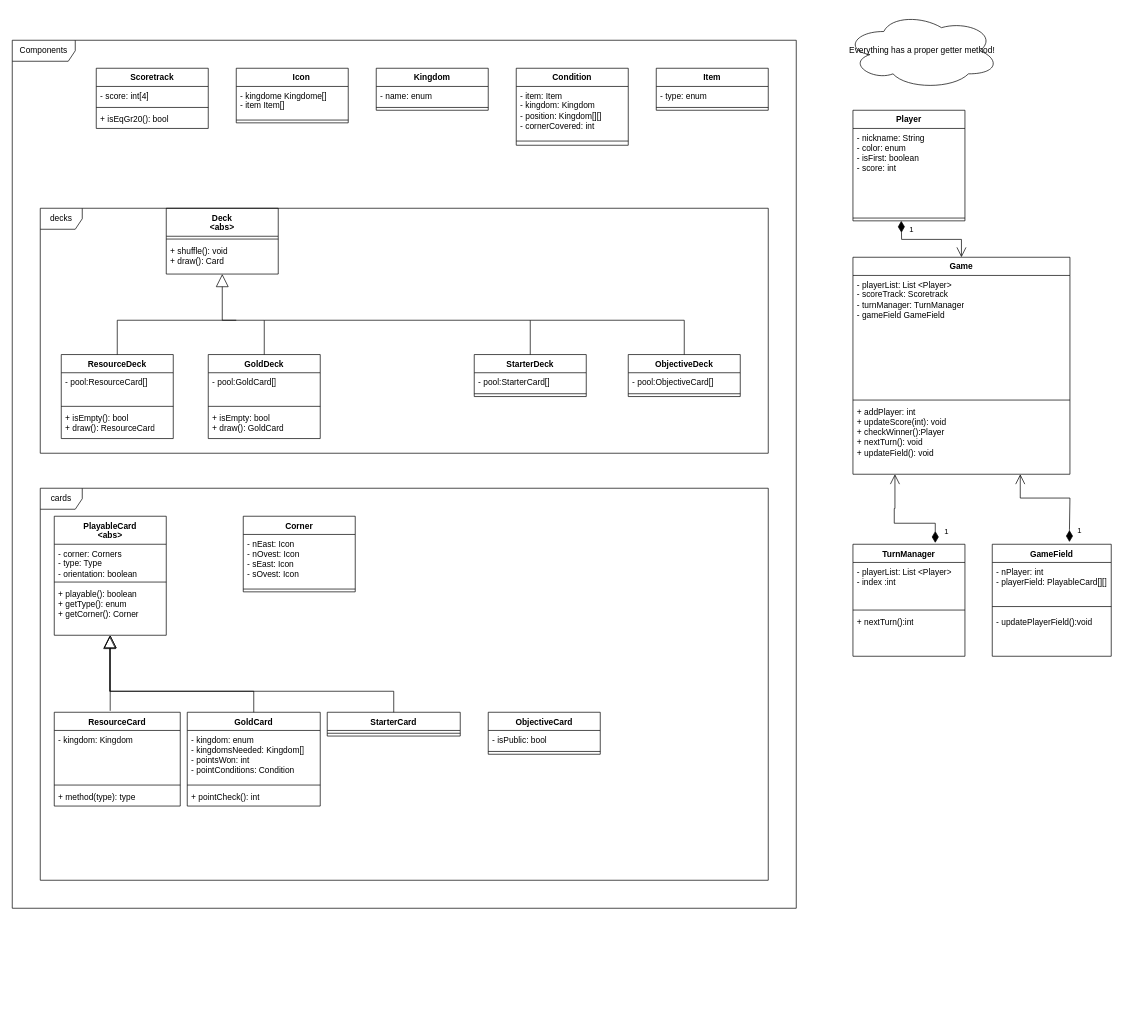
Mattix124/IS24-AM38 keeps this draw.io diagram as UML.drawio. Above is the earlier version. Source tidied: cells renumbered, new cells numbered last; positions are measured from the earlier drawing's top-left corner, leaving out a move shared by most shapes. Both pictures are drawn from the tidied source at 70%, with x=0, y=0 at pixel (12, 12).
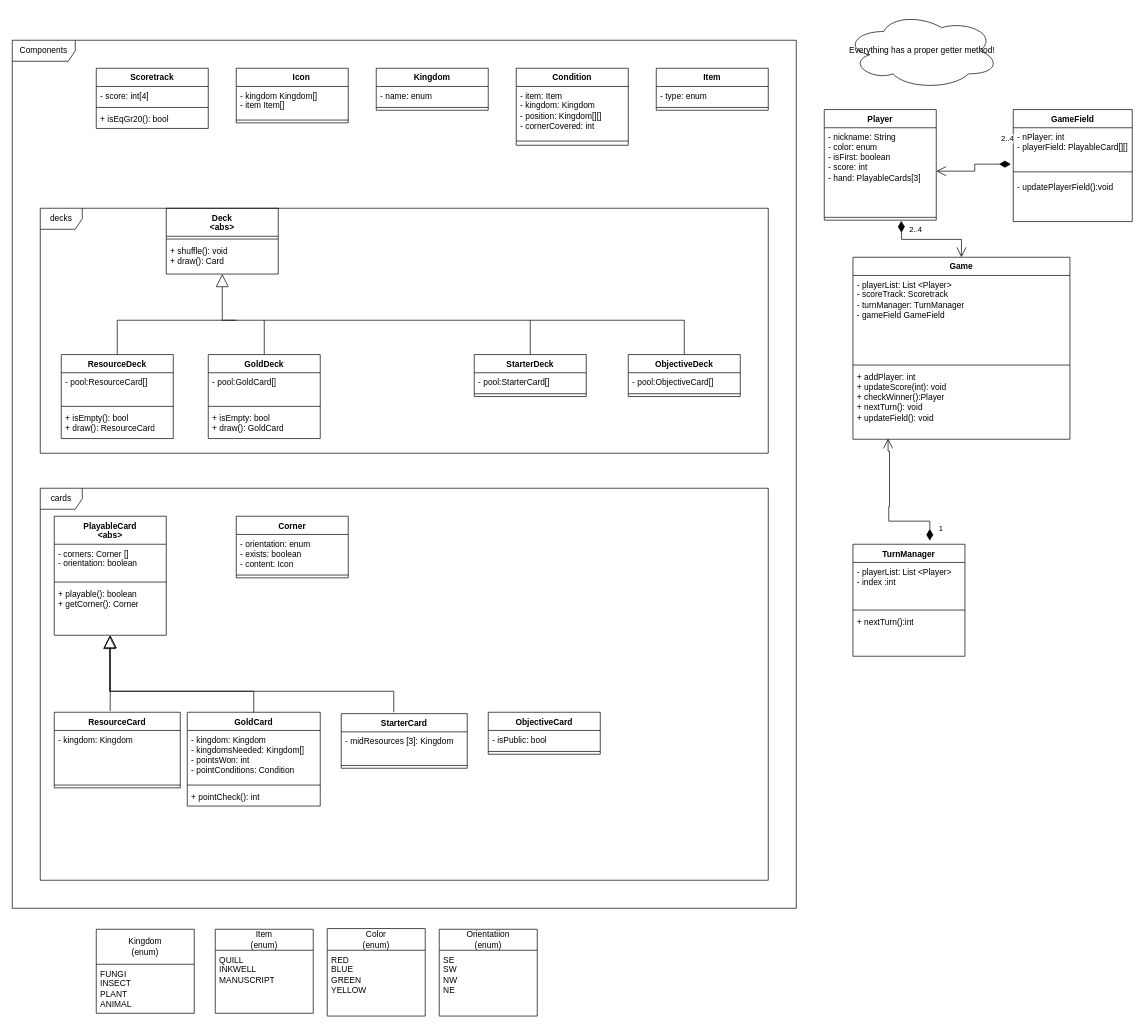
Above is the later version.

Commit message:
First UML draft

The change refers to these unchanged cells:
```xml
<mxCell id="4" value="&lt;div&gt;PlayableCard&lt;/div&gt;&lt;div&gt;&amp;lt;abs&amp;gt;&lt;/div&gt;" style="swimlane;fontStyle=1;align=center;verticalAlign=top;horizontal=1;startSize=40;whiteSpace=wrap;html=1;" parent="1" vertex="1">
  <mxGeometry x="60" y="720" width="160" height="170" as="geometry" />
</mxCell>
<mxCell id="13" value="GoldCard" style="swimlane;fontStyle=1;align=center;verticalAlign=top;horizontal=1;startSize=26;whiteSpace=wrap;html=1;" parent="1" vertex="1">
  <mxGeometry x="250" y="1000" width="190" height="134" as="geometry" />
</mxCell>
<mxCell id="64" value="&lt;div&gt;&lt;span style=&quot;white-space: pre;&quot;&gt;&#9;Icon&lt;/span&gt;&lt;/div&gt;&lt;div&gt;&lt;span style=&quot;white-space: pre;&quot;&gt;&lt;br&gt;&lt;/span&gt;&lt;/div&gt;" style="swimlane;fontStyle=1;align=center;verticalAlign=top;horizontal=1;startSize=26;whiteSpace=wrap;html=1;" parent="1" vertex="1">
  <mxGeometry x="320" y="80" width="160" height="78" as="geometry" />
</mxCell>
<mxCell id="74" value="TurnManager" style="swimlane;fontStyle=1;align=center;verticalAlign=top;horizontal=1;startSize=26;whiteSpace=wrap;html=1;" parent="1" vertex="1">
  <mxGeometry x="1201" y="760" width="160" height="160" as="geometry" />
</mxCell>
<mxCell id="79" value="- nPlayer: int&lt;div&gt;&lt;span style=&quot;background-color: initial;&quot;&gt;- playerField: PlayableCard[][]&lt;/span&gt;&lt;br&gt;&lt;/div&gt;" style="text;strokeColor=none;fillColor=none;align=left;verticalAlign=top;spacingLeft=4;spacingRight=4;overflow=hidden;points=[[0,0.5],[1,0.5]];portConstraint=eastwest;whiteSpace=wrap;html=1;" parent="78" vertex="1">
  <mxGeometry y="26" width="170" height="54" as="geometry" />
</mxCell>
```

What changed in the source:
```diff
@@
-    <mxCell id="5" value="&lt;div&gt;- corner: Corners&lt;/div&gt;&lt;div&gt;- type: Type&lt;/div&gt;&lt;div&gt;- orientation: boolean&lt;br&gt;&lt;/div&gt;" style="text;strokeColor=none;fillColor=none;align=left;verticalAlign=top;spacingLeft=4;spacingRight=4;overflow=hidden;whiteSpace=wrap;html=1;" parent="4" vertex="1">
+    <mxCell id="5" value="&lt;div&gt;- corners: Corner []&lt;/div&gt;&lt;div&gt;- orientation: boolean&lt;br&gt;&lt;/div&gt;" style="text;strokeColor=none;fillColor=none;align=left;verticalAlign=top;spacingLeft=4;spacingRight=4;overflow=hidden;whiteSpace=wrap;html=1;" parent="4" vertex="1">
       <mxGeometry y="40" width="160" height="50" as="geometry" />
     </mxCell>
@@
-    <mxCell id="7" value="&lt;div&gt;+ playable(): boolean&lt;/div&gt;&lt;div&gt;+ getType(): enum&lt;br&gt;&lt;/div&gt;+ getCorner(): Corner" style="text;strokeColor=none;fillColor=none;align=left;verticalAlign=top;spacingLeft=4;spacingRight=4;overflow=hidden;points=[[0,0.5],[1,0.5]];portConstraint=eastwest;whiteSpace=wrap;html=1;" parent="4" vertex="1">
+    <mxCell id="7" value="&lt;div&gt;+ playable(): boolean&lt;/div&gt;+ getCorner(): Corner" style="text;strokeColor=none;fillColor=none;align=left;verticalAlign=top;spacingLeft=4;spacingRight=4;overflow=hidden;points=[[0,0.5],[1,0.5]];portConstraint=eastwest;whiteSpace=wrap;html=1;" parent="4" vertex="1">
       <mxGeometry y="98" width="160" height="72" as="geometry" />
     </mxCell>
@@
     <mxCell id="9" value="ResourceCard" style="swimlane;fontStyle=1;align=center;verticalAlign=top;horizontal=1;startSize=26;whiteSpace=wrap;html=1;" parent="1" vertex="1">
-      <mxGeometry x="60" y="1000" width="180" height="134" as="geometry" />
+      <mxGeometry x="60" y="1000" width="180" height="108" as="geometry" />
     </mxCell>
@@
-    <mxCell id="12" value="+ method(type): type" style="text;strokeColor=none;fillColor=none;align=left;verticalAlign=top;spacingLeft=4;spacingRight=4;overflow=hidden;whiteSpace=wrap;html=1;" parent="9" vertex="1">
-      <mxGeometry y="108" width="180" height="26" as="geometry" />
-    </mxCell>
@@
-    <mxCell id="14" value="&lt;div&gt;- kingdom: enum&lt;/div&gt;&lt;div&gt;- kingdomsNeeded: Kingdom[]&lt;br&gt;&lt;/div&gt;&lt;div&gt;- pointsWon: int&lt;/div&gt;&lt;div&gt;- pointConditions: Condition&lt;br&gt; &lt;/div&gt;" style="text;strokeColor=none;fillColor=none;align=left;verticalAlign=top;spacingLeft=4;spacingRight=4;overflow=hidden;whiteSpace=wrap;html=1;" parent="13" vertex="1">
+    <mxCell id="14" value="&lt;div&gt;- kingdom: Kingdom&lt;/div&gt;&lt;div&gt;- kingdomsNeeded: Kingdom[]&lt;br&gt;&lt;/div&gt;&lt;div&gt;- pointsWon: int&lt;/div&gt;&lt;div&gt;- pointConditions: Condition&lt;br&gt; &lt;/div&gt;" style="text;strokeColor=none;fillColor=none;align=left;verticalAlign=top;spacingLeft=4;spacingRight=4;overflow=hidden;whiteSpace=wrap;html=1;" parent="13" vertex="1">
       <mxGeometry y="26" width="190" height="74" as="geometry" />
     </mxCell>
@@
-    <mxCell id="18" value="StarterCard" style="swimlane;fontStyle=1;align=center;verticalAlign=top;horizontal=1;startSize=26;whiteSpace=wrap;html=1;" parent="1" vertex="1">
-      <mxGeometry x="450" y="1000" width="190" height="34" as="geometry" />
-    </mxCell>
-    <mxCell id="19" style="line;strokeWidth=1;fillColor=none;align=left;verticalAlign=middle;spacingTop=-1;spacingLeft=3;spacingRight=3;labelPosition=right;strokeColor=inherit;" parent="18" vertex="1">
-      <mxGeometry y="26" width="190" height="8" as="geometry" />
-    </mxCell>
-    <mxCell id="20" style="endArrow=block;endSize=16;endFill=0;html=1;rounded=0;entryX=0.494;entryY=1.014;entryDx=0;entryDy=0;entryPerimeter=0;exitX=0.5;exitY=0;exitDx=0;exitDy=0;" parent="1" edge="1" source="18" target="7">
+    <mxCell id="20" style="endArrow=block;endSize=16;endFill=0;html=1;rounded=0;entryX=0.494;entryY=1.014;entryDx=0;entryDy=0;entryPerimeter=0;exitX=0.5;exitY=0;exitDx=0;exitDy=0;" parent="1" edge="1" target="7">
       <mxGeometry relative="1" as="geometry">
+        <mxPoint x="545" y="1000" as="sourcePoint" />
         <Array as="points">
           <mxPoint x="545" y="970" />
           <mxPoint x="139" y="970" />
         </Array>
       </mxGeometry>
     </mxCell>
@@
-    <mxCell id="25" value="Corner" style="swimlane;fontStyle=1;align=center;verticalAlign=top;horizontal=1;startSize=26;whiteSpace=wrap;html=1;" parent="1" vertex="1">
-      <mxGeometry x="330" y="720" width="160" height="108" as="geometry" />
-    </mxCell>
-    <mxCell id="26" value="&lt;div&gt;- nEast: Icon&lt;/div&gt;&lt;div&gt;- nOvest: Icon&lt;/div&gt;&lt;div&gt;- sEast: Icon&lt;br&gt;&lt;/div&gt;&lt;div&gt;- sOvest: Icon&lt;br&gt;&lt;/div&gt;" style="text;strokeColor=none;fillColor=none;align=left;verticalAlign=top;spacingLeft=4;spacingRight=4;overflow=hidden;whiteSpace=wrap;html=1;" parent="25" vertex="1">
-      <mxGeometry y="26" width="160" height="74" as="geometry" />
-    </mxCell>
-    <mxCell id="27" style="line;strokeWidth=1;fillColor=none;align=left;verticalAlign=middle;spacingTop=-1;spacingLeft=3;spacingRight=3;labelPosition=right;strokeColor=inherit;" parent="25" vertex="1">
-      <mxGeometry y="100" width="160" height="8" as="geometry" />
-    </mxCell>
@@
     <mxCell id="38" value="Player" style="swimlane;fontStyle=1;align=center;verticalAlign=top;horizontal=1;startSize=26;whiteSpace=wrap;html=1;" parent="1" vertex="1">
-      <mxGeometry x="1201" y="140" width="160" height="158" as="geometry" />
+      <mxGeometry x="1160" y="139" width="160" height="158" as="geometry" />
     </mxCell>
-    <mxCell id="39" value="&lt;div&gt;- nickname: String&lt;/div&gt;&lt;div&gt;- color: enum&lt;/div&gt;&lt;div&gt;- isFirst: boolean&lt;/div&gt;&lt;div&gt;- score: int&lt;br&gt;&lt;/div&gt;" style="text;strokeColor=none;fillColor=none;align=left;verticalAlign=top;spacingLeft=4;spacingRight=4;overflow=hidden;points=[[0,0.5],[1,0.5]];portConstraint=eastwest;whiteSpace=wrap;html=1;" parent="38" vertex="1">
+    <mxCell id="39" value="&lt;div&gt;- nickname: String&lt;/div&gt;&lt;div&gt;- color: enum&lt;/div&gt;&lt;div&gt;- isFirst: boolean&lt;/div&gt;&lt;div&gt;- score: int&lt;br&gt;&lt;/div&gt;&lt;div&gt;- hand: PlayableCards[3]&lt;/div&gt;" style="text;strokeColor=none;fillColor=none;align=left;verticalAlign=top;spacingLeft=4;spacingRight=4;overflow=hidden;points=[[0,0.5],[1,0.5]];portConstraint=eastwest;whiteSpace=wrap;html=1;" parent="38" vertex="1">
       <mxGeometry y="26" width="160" height="124" as="geometry" />
     </mxCell>
@@
-    <mxCell id="65" value="- kingdome Kingdome[]&lt;div&gt;- item Item[]&lt;/div&gt;" style="text;strokeColor=none;fillColor=none;align=left;verticalAlign=top;spacingLeft=4;spacingRight=4;overflow=hidden;whiteSpace=wrap;html=1;" parent="64" vertex="1">
+    <mxCell id="65" value="- kingdom Kingdom[]&lt;div&gt;- item Item[]&lt;/div&gt;" style="text;strokeColor=none;fillColor=none;align=left;verticalAlign=top;spacingLeft=4;spacingRight=4;overflow=hidden;whiteSpace=wrap;html=1;" parent="64" vertex="1">
       <mxGeometry y="26" width="160" height="44" as="geometry" />
     </mxCell>
@@
     <mxCell id="70" value="Game&lt;div&gt;&lt;br&gt;&lt;/div&gt;" style="swimlane;fontStyle=1;align=center;verticalAlign=top;horizontal=1;startSize=26;whiteSpace=wrap;html=1;" parent="1" vertex="1">
-      <mxGeometry x="1201" y="350" width="310" height="310" as="geometry" />
+      <mxGeometry x="1201" y="350" width="310" height="260" as="geometry" />
     </mxCell>
     <mxCell id="71" value="- playerList: List &amp;lt;Player&amp;gt;&lt;div&gt;- scoreTrack: Scoretrack&amp;nbsp;&lt;/div&gt;&lt;div&gt;- turnManager: TurnManager&lt;/div&gt;&lt;div&gt;- gameField GameField&lt;/div&gt;" style="text;strokeColor=none;fillColor=none;align=left;verticalAlign=top;spacingLeft=4;spacingRight=4;overflow=hidden;whiteSpace=wrap;html=1;" parent="70" vertex="1">
-      <mxGeometry y="26" width="310" height="174" as="geometry" />
+      <mxGeometry y="26" width="310" height="124" as="geometry" />
     </mxCell>
     <mxCell id="72" style="line;strokeWidth=1;fillColor=none;align=left;verticalAlign=middle;spacingTop=-1;spacingLeft=3;spacingRight=3;labelPosition=right;strokeColor=inherit;" parent="70" vertex="1">
-      <mxGeometry y="200" width="310" height="8" as="geometry" />
+      <mxGeometry y="150" width="310" height="8" as="geometry" />
     </mxCell>
     <mxCell id="73" value="+ addPlayer: int&lt;div&gt;+ updateScore(int): void&lt;/div&gt;&lt;div&gt;+ checkWinner():Player&lt;/div&gt;&lt;div&gt;+ nextTurn(): void&lt;/div&gt;&lt;div&gt;+ updateField(): void&lt;/div&gt;" style="text;strokeColor=none;fillColor=none;align=left;verticalAlign=top;spacingLeft=4;spacingRight=4;overflow=hidden;points=[[0,0.5],[1,0.5]];portConstraint=eastwest;whiteSpace=wrap;html=1;" parent="70" vertex="1">
-      <mxGeometry y="208" width="310" height="102" as="geometry" />
+      <mxGeometry y="158" width="310" height="102" as="geometry" />
     </mxCell>
@@
     <mxCell id="78" value="GameField" style="swimlane;fontStyle=1;align=center;verticalAlign=top;horizontal=1;startSize=26;whiteSpace=wrap;html=1;" parent="1" vertex="1">
-      <mxGeometry x="1400" y="760" width="170" height="160" as="geometry" />
+      <mxGeometry x="1430" y="139" width="170" height="160" as="geometry" />
     </mxCell>
@@
-    <mxCell id="82" value="1" style="endArrow=open;html=1;endSize=12;startArrow=diamondThin;startSize=14;startFill=1;edgeStyle=orthogonalEdgeStyle;align=left;verticalAlign=bottom;rounded=0;exitX=0.735;exitY=-0.012;exitDx=0;exitDy=0;exitPerimeter=0;" parent="1" edge="1" source="74">
+    <mxCell id="82" value="1" style="endArrow=open;html=1;endSize=12;startArrow=diamondThin;startSize=14;startFill=1;edgeStyle=orthogonalEdgeStyle;align=left;verticalAlign=bottom;rounded=0;exitX=0.735;exitY=-0.012;exitDx=0;exitDy=0;exitPerimeter=0;entryX=0.187;entryY=1.02;entryDx=0;entryDy=0;entryPerimeter=0;" parent="1" edge="1">
       <mxGeometry x="-0.91" y="-11" relative="1" as="geometry">
-        <mxPoint x="1261" y="660" as="targetPoint" />
+        <mxPoint x="1310.8" y="755" as="sourcePoint" />
+        <mxPoint x="1251.2" y="609" as="targetPoint" />
         <Array as="points">
-          <mxPoint x="1319" y="730" />
-          <mxPoint x="1260" y="730" />
-          <mxPoint x="1260" y="709" />
-          <mxPoint x="1261" y="709" />
+          <mxPoint x="1311.2" y="727" />
+          <mxPoint x="1252.2" y="727" />
+          <mxPoint x="1252.2" y="706" />
+          <mxPoint x="1253.2" y="706" />
+          <mxPoint x="1253.2" y="627" />
+          <mxPoint x="1251.2" y="627" />
         </Array>
       </mxGeometry>
     </mxCell>
-    <mxCell id="83" value="1" style="endArrow=open;html=1;endSize=12;startArrow=diamondThin;startSize=14;startFill=1;edgeStyle=orthogonalEdgeStyle;align=left;verticalAlign=bottom;rounded=0;exitX=0.531;exitY=-0.012;exitDx=0;exitDy=0;exitPerimeter=0;" parent="1" edge="1" target="73">
-      <mxGeometry x="-0.91" y="-10" relative="1" as="geometry">
-        <mxPoint x="1510.3" y="756.8" as="sourcePoint" />
-        <Array as="points">
-          <mxPoint x="1510" y="739" />
-          <mxPoint x="1511" y="739" />
-          <mxPoint x="1511" y="694" />
-          <mxPoint x="1440" y="694" />
-        </Array>
-      </mxGeometry>
-    </mxCell>
-    <mxCell id="84" value="1" style="endArrow=open;html=1;endSize=12;startArrow=diamondThin;startSize=14;startFill=1;edgeStyle=orthogonalEdgeStyle;align=left;verticalAlign=bottom;rounded=0;entryX=0.5;entryY=0;entryDx=0;entryDy=0;" parent="1" edge="1" target="70">
+    <mxCell id="84" value="2..4" style="endArrow=open;html=1;endSize=12;startArrow=diamondThin;startSize=14;startFill=1;edgeStyle=orthogonalEdgeStyle;align=left;verticalAlign=bottom;rounded=0;entryX=0.5;entryY=0;entryDx=0;entryDy=0;" parent="1" edge="1" target="70">
       <mxGeometry x="-0.48" y="5" relative="1" as="geometry">
         <mxPoint x="1270" y="298" as="sourcePoint" />
       </mxGeometry>
     </mxCell>
+    <mxCell id="18" value="StarterCard" style="swimlane;fontStyle=1;align=center;verticalAlign=top;horizontal=1;startSize=26;whiteSpace=wrap;html=1;" parent="1" vertex="1">
+      <mxGeometry x="470" y="1002" width="180" height="78" as="geometry" />
+    </mxCell>
+    <mxCell id="85" value="- midResources [3]: Kingdom" style="text;strokeColor=none;fillColor=none;align=left;verticalAlign=top;spacingLeft=4;spacingRight=4;overflow=hidden;whiteSpace=wrap;html=1;" parent="18" vertex="1">
+      <mxGeometry y="26" width="180" height="44" as="geometry" />
+    </mxCell>
+    <mxCell id="86" style="line;strokeWidth=1;fillColor=none;align=left;verticalAlign=middle;spacingTop=-1;spacingLeft=3;spacingRight=3;labelPosition=right;strokeColor=inherit;" parent="18" vertex="1">
+      <mxGeometry y="70" width="180" height="8" as="geometry" />
+    </mxCell>
+    <mxCell id="87" value="2..4" style="endArrow=open;html=1;endSize=12;startArrow=diamondThin;startSize=14;startFill=1;edgeStyle=orthogonalEdgeStyle;align=left;verticalAlign=bottom;rounded=0;entryX=1;entryY=0.5;entryDx=0;entryDy=0;exitX=-0.02;exitY=0.963;exitDx=0;exitDy=0;exitPerimeter=0;" parent="1" edge="1" source="79" target="39">
+      <mxGeometry x="-0.72" y="-27" relative="1" as="geometry" />
+    </mxCell>
+    <mxCell id="25" value="Corner" style="swimlane;fontStyle=1;align=center;verticalAlign=top;horizontal=1;startSize=26;whiteSpace=wrap;html=1;" parent="1" vertex="1">
+      <mxGeometry x="320" y="720" width="160" height="88" as="geometry" />
+    </mxCell>
+    <mxCell id="88" value="&lt;div&gt;- orientation: enum&lt;/div&gt;&lt;div&gt;- exists: boolean&lt;/div&gt;&lt;div&gt;- content: Icon&lt;/div&gt;" style="text;strokeColor=none;fillColor=none;align=left;verticalAlign=top;spacingLeft=4;spacingRight=4;overflow=hidden;whiteSpace=wrap;html=1;" parent="25" vertex="1">
+      <mxGeometry y="26" width="160" height="54" as="geometry" />
+    </mxCell>
+    <mxCell id="89" style="line;strokeWidth=1;fillColor=none;align=left;verticalAlign=middle;spacingTop=-1;spacingLeft=3;spacingRight=3;labelPosition=right;strokeColor=inherit;" parent="25" vertex="1">
+      <mxGeometry y="80" width="160" height="8" as="geometry" />
+    </mxCell>
+    <mxCell id="90" value="Color&lt;div&gt;(enum)&lt;/div&gt;" style="swimlane;fontStyle=0;horizontal=1;startSize=31;fillColor=none;whiteSpace=wrap;html=1;" parent="1" vertex="1">
+      <mxGeometry x="450" y="1309" width="140" height="125" as="geometry" />
+    </mxCell>
+    <mxCell id="91" value="RED&lt;div&gt;BLUE&lt;/div&gt;&lt;div&gt;GREEN&lt;/div&gt;&lt;div&gt;YELLOW&lt;/div&gt;" style="text;strokeColor=none;fillColor=none;align=left;verticalAlign=top;spacingLeft=4;spacingRight=4;overflow=hidden;whiteSpace=wrap;html=1;" parent="90" vertex="1">
+      <mxGeometry y="31" width="140" height="94" as="geometry" />
+    </mxCell>
+    <mxCell id="92" value="Item&lt;div&gt;(enum)&lt;/div&gt;" style="swimlane;fontStyle=0;horizontal=1;startSize=30;fillColor=none;whiteSpace=wrap;html=1;" parent="1" vertex="1">
+      <mxGeometry x="290" y="1310" width="140" height="120" as="geometry" />
+    </mxCell>
+    <mxCell id="93" value="QUILL&lt;div&gt;INKWELL&lt;/div&gt;&lt;div&gt;MANUSCRIPT&lt;/div&gt;" style="text;strokeColor=none;fillColor=none;align=left;verticalAlign=top;spacingLeft=4;spacingRight=4;overflow=hidden;whiteSpace=wrap;html=1;" parent="92" vertex="1">
+      <mxGeometry y="30" width="140" height="90" as="geometry" />
+    </mxCell>
+    <mxCell id="94" value="&lt;div&gt;Kingdom&lt;/div&gt;&lt;div&gt;(enum)&lt;/div&gt;" style="swimlane;fontStyle=0;horizontal=1;startSize=50;fillColor=none;whiteSpace=wrap;html=1;" parent="1" vertex="1">
+      <mxGeometry x="120" y="1310" width="140" height="120" as="geometry" />
+    </mxCell>
+    <mxCell id="95" value="FUNGI&lt;div&gt;INSECT&lt;/div&gt;&lt;div&gt;PLANT&lt;/div&gt;&lt;div&gt;ANIMAL&lt;/div&gt;" style="text;strokeColor=none;fillColor=none;align=left;verticalAlign=top;spacingLeft=4;spacingRight=4;overflow=hidden;whiteSpace=wrap;html=1;" parent="94" vertex="1">
+      <mxGeometry y="50" width="140" height="70" as="geometry" />
+    </mxCell>
+    <mxCell id="96" value="Orientatiion&lt;div&gt;(enum)&lt;/div&gt;" style="swimlane;fontStyle=0;horizontal=1;startSize=30;fillColor=none;whiteSpace=wrap;html=1;" parent="1" vertex="1">
+      <mxGeometry x="610" y="1310" width="140" height="124" as="geometry" />
+    </mxCell>
+    <mxCell id="97" value="SE&lt;div&gt;SW&lt;/div&gt;&lt;div&gt;NW&lt;/div&gt;&lt;div&gt;NE&lt;/div&gt;" style="text;strokeColor=none;fillColor=none;align=left;verticalAlign=top;spacingLeft=4;spacingRight=4;overflow=hidden;whiteSpace=wrap;html=1;" parent="96" vertex="1">
+      <mxGeometry y="30" width="140" height="94" as="geometry" />
+    </mxCell>
```
